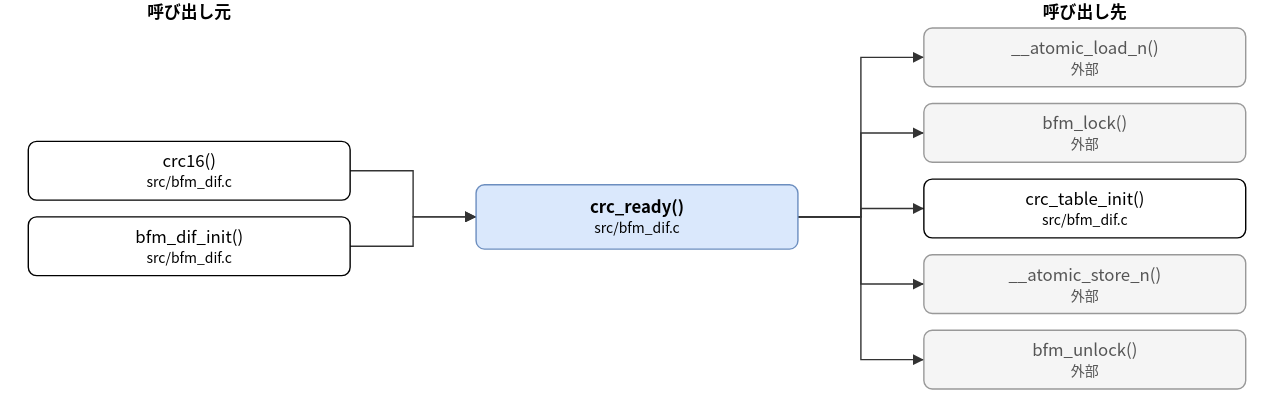
Earlier version of the draw.io export doc/spec/images/call_src_bfm_dif-crc_ready.drawio.svg (hf355051012-ai/bfmem). Source tidied: cells renumbered, new cells last; positions are measured from the earlier drawing's top-left corner, leaving out a move shared by most shapes.
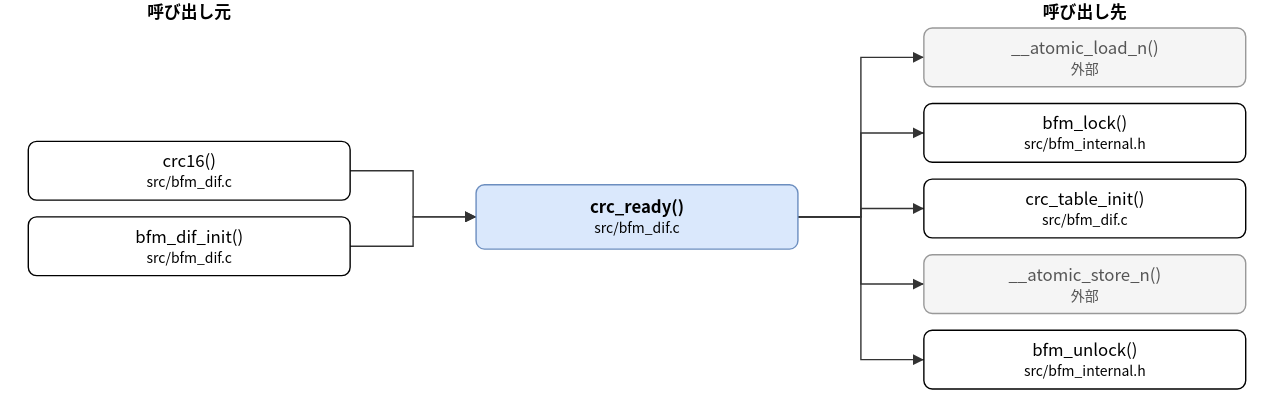
The same diagram one commit later.

What changed in the source:
```diff
@@ -14,7 +14,7 @@
     <mxCell id="5" value="__atomic_load_n()&lt;br&gt;&lt;font style=&quot;font-size:10px&quot;&gt;外部&lt;/font&gt;" style="rounded=1;whiteSpace=wrap;html=1;fillColor=#f5f5f5;strokeColor=#999999;fontColor=#555555;" parent="1" vertex="1">
       <mxGeometry x="640" y="20" width="230" height="42" as="geometry" />
     </mxCell>
-    <mxCell id="6" value="bfm_lock()&lt;br&gt;&lt;font style=&quot;font-size:10px&quot;&gt;外部&lt;/font&gt;" style="rounded=1;whiteSpace=wrap;html=1;fillColor=#f5f5f5;strokeColor=#999999;fontColor=#555555;" parent="1" vertex="1">
+    <mxCell id="6" value="bfm_lock()&lt;br&gt;&lt;font style=&quot;font-size:10px&quot;&gt;src/bfm_internal.h&lt;/font&gt;" style="rounded=1;whiteSpace=wrap;html=1;" parent="1" vertex="1">
       <mxGeometry x="640" y="74" width="230" height="42" as="geometry" />
     </mxCell>
     <mxCell id="7" value="crc_table_init()&lt;br&gt;&lt;font style=&quot;font-size:10px&quot;&gt;src/bfm_dif.c&lt;/font&gt;" style="rounded=1;whiteSpace=wrap;html=1;" parent="1" vertex="1">
@@ -23,7 +23,7 @@
     <mxCell id="8" value="__atomic_store_n()&lt;br&gt;&lt;font style=&quot;font-size:10px&quot;&gt;外部&lt;/font&gt;" style="rounded=1;whiteSpace=wrap;html=1;fillColor=#f5f5f5;strokeColor=#999999;fontColor=#555555;" parent="1" vertex="1">
       <mxGeometry x="640" y="182" width="230" height="42" as="geometry" />
     </mxCell>
-    <mxCell id="9" value="bfm_unlock()&lt;br&gt;&lt;font style=&quot;font-size:10px&quot;&gt;外部&lt;/font&gt;" style="rounded=1;whiteSpace=wrap;html=1;fillColor=#f5f5f5;strokeColor=#999999;fontColor=#555555;" parent="1" vertex="1">
+    <mxCell id="9" value="bfm_unlock()&lt;br&gt;&lt;font style=&quot;font-size:10px&quot;&gt;src/bfm_internal.h&lt;/font&gt;" style="rounded=1;whiteSpace=wrap;html=1;" parent="1" vertex="1">
       <mxGeometry x="640" y="236" width="230" height="42" as="geometry" />
     </mxCell>
     <mxCell id="10" style="edgeStyle=none;html=1;rounded=0;endArrow=block;endFill=1;exitX=1.0000;exitY=0.5000;exitDx=0;exitDy=0;exitPerimeter=0;entryX=0.0000;entryY=0.5000;entryDx=0;entryDy=0;entryPerimeter=0;" parent="1" edge="1" source="3" target="2">
```
